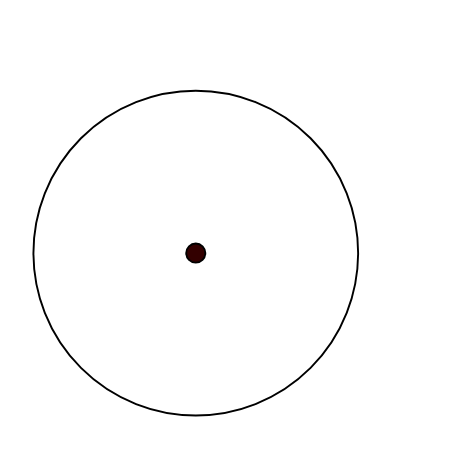
This is 未命名绘图.drawio from nkzwchen/notebooks, a draw.io file, before an edit. Source tidied: cells renumbered, new cells numbered last; positions are measured from the earlier drawing's top-left corner, leaving out a move shared by most shapes. Both pictures are drawn from the tidied source at 191%, with x=0, y=0 at pixel (32, 90).
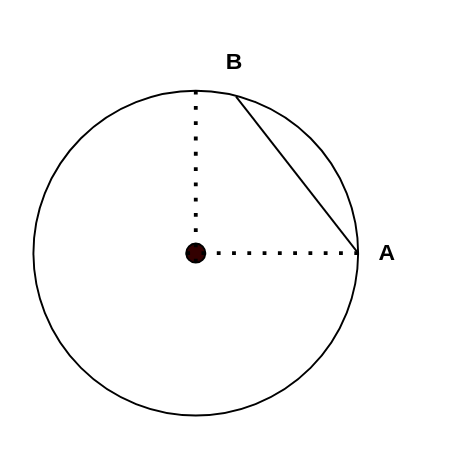
The same diagram, later.

Commit message (it also covers changes not shown here):
更新未命名绘图.drawio

Diff of the diagram source:
```diff
@@
 <mxGraphModel>
   <root>
     <mxCell id="0" />
     <mxCell id="1" parent="0" />
     <mxCell id="2" style="ellipse;whiteSpace=wrap;html=1;" parent="1" vertex="1">
       <mxGeometry width="170" height="170" as="geometry" />
     </mxCell>
     <mxCell id="3" style="ellipse;fillColor=#330000;" parent="1" vertex="1">
       <mxGeometry x="80" y="80" width="10" height="10" as="geometry" />
     </mxCell>
+    <mxCell id="4" style="endArrow=none;html=1;rounded=0;entryX=1;entryY=0.5;entryDx=0;entryDy=0;exitX=0.624;exitY=0.018;exitDx=0;exitDy=0;exitPerimeter=0;" parent="1" edge="1" source="2" target="2">
+      <mxGeometry relative="1" as="geometry" />
+    </mxCell>
+    <mxCell id="5" style="endArrow=none;dashed=1;html=1;dashPattern=1 3;strokeWidth=2;rounded=0;exitX=0;exitY=0.5;exitDx=0;exitDy=0;entryX=1;entryY=0.5;entryDx=0;entryDy=0;" parent="1" edge="1" source="3" target="2">
+      <mxGeometry relative="1" as="geometry" />
+    </mxCell>
+    <mxCell id="6" style="endArrow=none;dashed=1;html=1;dashPattern=1 3;strokeWidth=2;rounded=0;" parent="1" edge="1" source="2">
+      <mxGeometry relative="1" as="geometry">
+        <mxPoint x="85" y="85" as="targetPoint" />
+      </mxGeometry>
+    </mxCell>
+    <mxCell id="7" style="endArrow=none;dashed=1;html=1;dashPattern=1 3;strokeWidth=2;rounded=0;entryX=0.5;entryY=0;entryDx=0;entryDy=0;exitX=0.5;exitY=1;exitDx=0;exitDy=0;" parent="1" edge="1" source="3" target="2">
+      <mxGeometry relative="1" as="geometry" />
+    </mxCell>
+    <mxCell id="8" value="&lt;b&gt;A&lt;/b&gt;" style="text;html=1;align=center;verticalAlign=middle;strokeColor=none;fillColor=none;" parent="1" vertex="1">
+      <mxGeometry x="170" y="70" width="30" height="30" as="geometry" />
+    </mxCell>
+    <mxCell id="9" value="&lt;b&gt;B&lt;/b&gt;" style="text;html=1;align=center;verticalAlign=middle;strokeColor=none;fillColor=none;" parent="1" vertex="1">
+      <mxGeometry x="90" y="-30" width="30" height="30" as="geometry" />
+    </mxCell>
   </root>
 </mxGraphModel>
```
